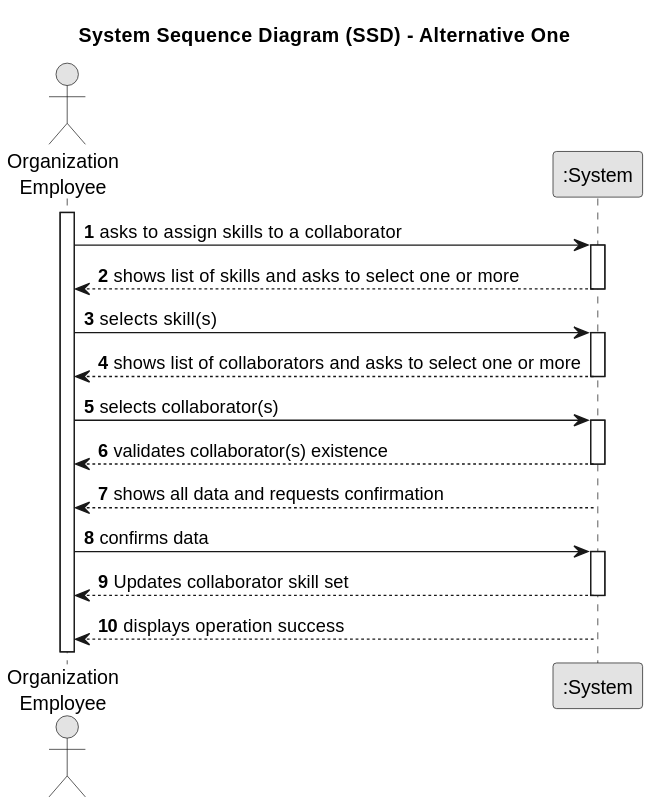
tiagosoa/lei-24-s2-1dgh-g073 keeps this PlantUML diagram as docs/sprint2/us004/01.requirements-engineering/svg/us004-system-sequence-diagram-alternative-one.svg. Above is the earlier version.
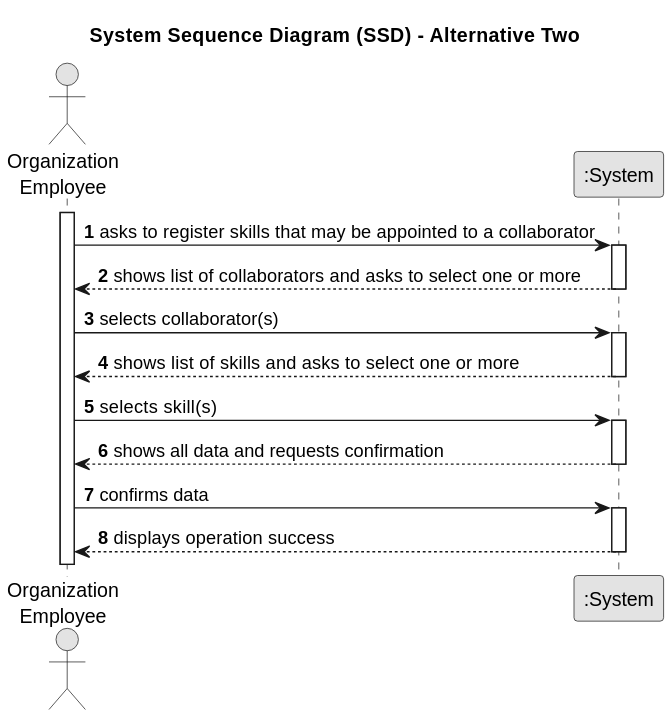
Above is the later version.

Change to the diagram source:
```diff
@@ -3,7 +3,7 @@
 skinparam packageStyle rectangle
 skinparam shadowing false
 
-title System Sequence Diagram (SSD) - Alternative One
+title System Sequence Diagram (SSD) - Alternative Two
 
 autonumber
 
@@ -12,7 +12,13 @@
 
 activate Employee
 
-    Employee -> System : asks to assign skills to a collaborator
+    Employee -> System : asks to register skills that may be appointed to a collaborator
+    activate System
+
+    System --> Employee : shows list of collaborators and asks to select one or more
+    deactivate System
+
+    Employee -> System : selects collaborator(s)
     activate System
 
     System --> Employee : shows list of skills and asks to select one or more
@@ -21,24 +27,12 @@
     Employee -> System : selects skill(s)
     activate System
 
-    System --> Employee : shows list of collaborators and asks to select one or more
-    deactivate System
-
-    Employee -> System : selects collaborator(s)
-    activate System
-
-    System --> Employee : validates collaborator(s) existence
-    deactivate System
-
-        System --> Employee : shows all data and requests confirmation
+    System --> Employee : shows all data and requests confirmation
     deactivate System
 
     Employee -> System : confirms data
     activate System
 
-    System --> Employee : Updates collaborator skill set
-        deactivate System
-
-        System --> Employee : displays operation success
+    System --> Employee : displays operation success
     deactivate System
 @enduml
```
